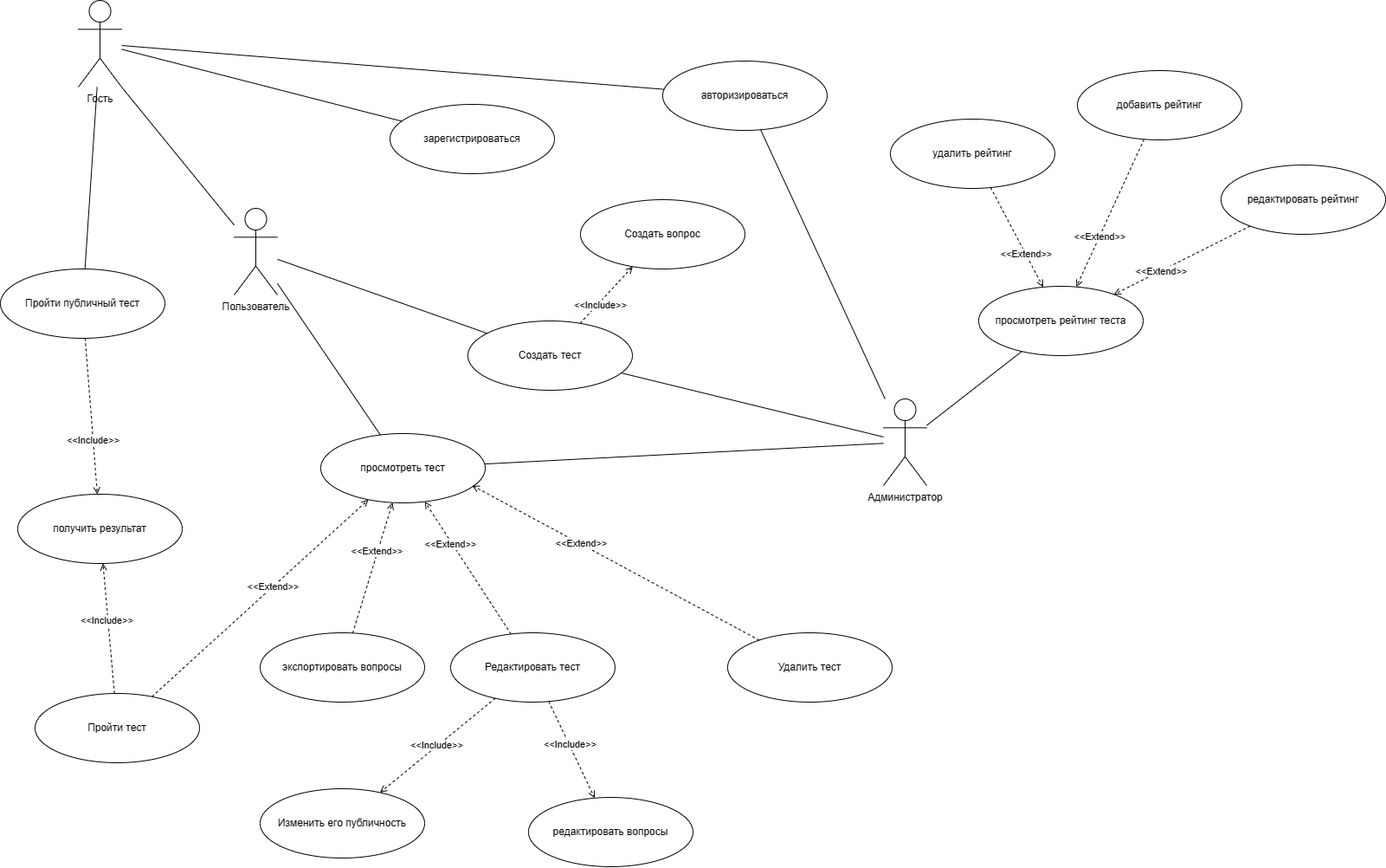
alrx31/ExamineConstructor keeps this draw.io diagram as Diagrams/use case.png. Above is the earlier version. Source tidied: cells renumbered, new cells last; positions are measured from the earlier drawing's top-left corner, leaving out a move shared by most shapes.
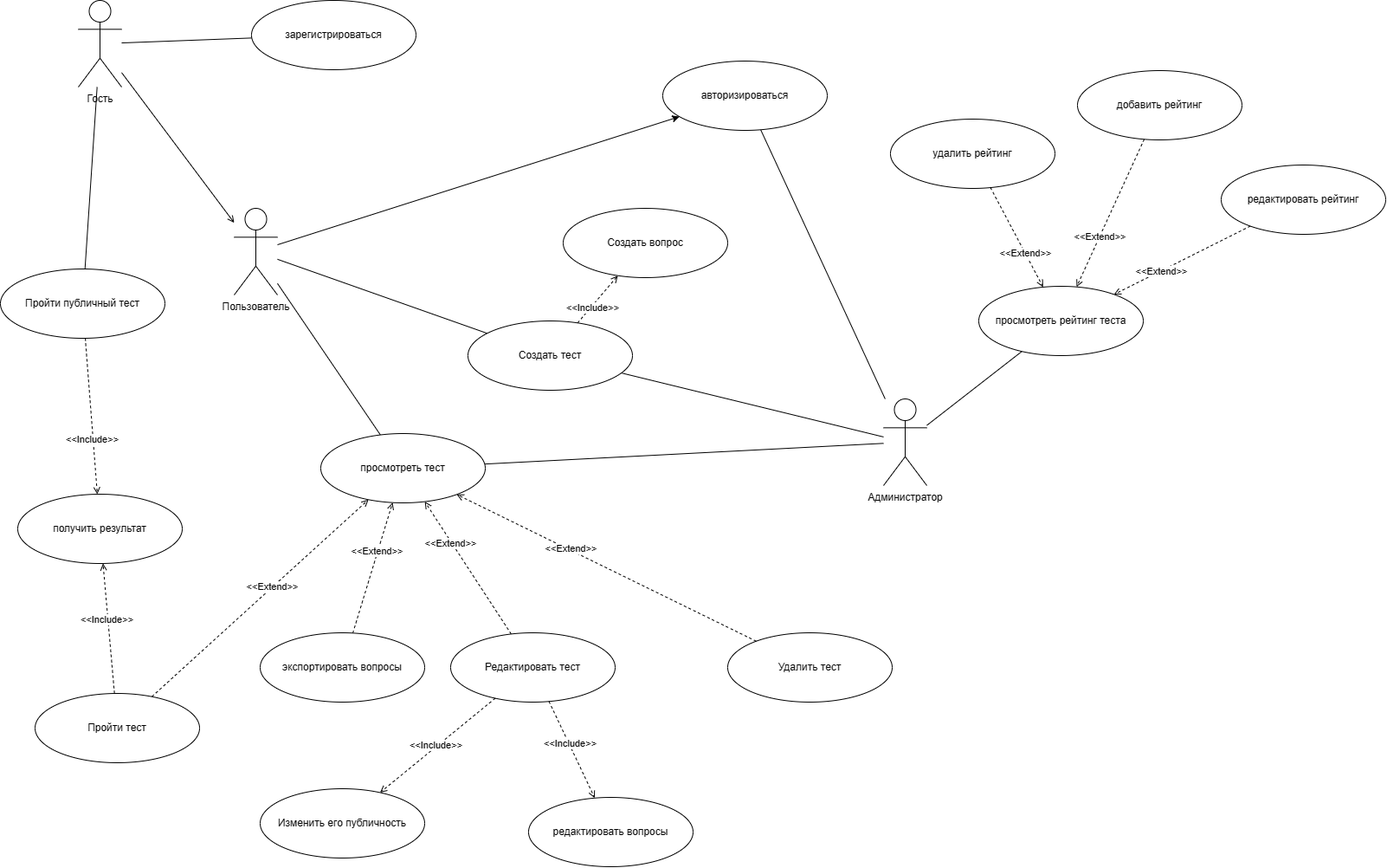
The same file after the commit.

Commit message:
fix diagrams and raport

Change to the diagram source:
```diff
@@ -5,10 +5,7 @@
     <mxCell id="2" style="rounded=0;jettySize=auto;html=1;endArrow=none;endFill=0;" parent="1" edge="1" source="5" target="18">
       <mxGeometry relative="1" as="geometry" />
     </mxCell>
-    <mxCell id="3" style="rounded=0;jettySize=auto;html=1;endArrow=none;endFill=0;" parent="1" edge="1" source="5" target="27">
-      <mxGeometry relative="1" as="geometry" />
-    </mxCell>
-    <mxCell id="4" style="rounded=0;jettySize=auto;html=1;exitX=1;exitY=1;exitDx=0;exitDy=0;exitPerimeter=0;endArrow=none;endFill=0;" parent="1" edge="1" source="5" target="9">
+    <mxCell id="4" style="rounded=0;jettySize=auto;html=1;endArrow=open;endFill=0;" parent="1" edge="1" source="5" target="9">
       <mxGeometry relative="1" as="geometry" />
     </mxCell>
     <mxCell id="5" value="Гость&lt;div&gt;&lt;br/&gt;&lt;/div&gt;" style="shape=umlActor;verticalLabelPosition=bottom;verticalAlign=top;html=1;outlineConnect=0;" parent="1" vertex="1">
@@ -23,6 +20,9 @@
     <mxCell id="8" style="rounded=0;jettySize=auto;html=1;endArrow=none;endFill=0;" parent="1" edge="1" source="9" target="34">
       <mxGeometry relative="1" as="geometry" />
     </mxCell>
+    <mxCell id="56" style="rounded=0;jettySize=auto;html=1;" parent="1" edge="1" source="9" target="27">
+      <mxGeometry relative="1" as="geometry" />
+    </mxCell>
     <mxCell id="9" value="Пользователь" style="shape=umlActor;verticalLabelPosition=bottom;verticalAlign=top;html=1;outlineConnect=0;" parent="1" vertex="1">
       <mxGeometry x="270" y="240" width="50" height="100" as="geometry" />
     </mxCell>
@@ -81,7 +81,7 @@
       <mxGeometry x="765" y="70" width="190" height="80" as="geometry" />
     </mxCell>
     <mxCell id="28" value="&lt;span style=&quot;text-wrap: nowrap;&quot;&gt;зарегистрироваться&lt;/span&gt;" style="ellipse;whiteSpace=wrap;html=1;" parent="1" vertex="1">
-      <mxGeometry x="450" y="120" width="190" height="80" as="geometry" />
+      <mxGeometry x="290" width="190" height="80" as="geometry" />
     </mxCell>
     <mxCell id="29" style="rounded=0;jettySize=auto;html=1;endArrow=open;endFill=0;dashed=1;" parent="1" edge="1" source="31" target="15">
       <mxGeometry relative="1" as="geometry" />
@@ -117,7 +117,7 @@
       <mxGeometry x="20" y="570" width="190" height="80" as="geometry" />
     </mxCell>
     <mxCell id="40" value="Создать вопрос" style="ellipse;whiteSpace=wrap;html=1;" parent="1" vertex="1">
-      <mxGeometry x="670" y="230" width="190" height="80" as="geometry" />
+      <mxGeometry x="650" y="240" width="190" height="80" as="geometry" />
     </mxCell>
     <mxCell id="41" style="rounded=0;jettySize=auto;html=1;endArrow=open;endFill=0;dashed=1;" parent="1" edge="1" source="31" target="43">
       <mxGeometry relative="1" as="geometry" />
@@ -140,7 +140,7 @@
     <mxCell id="47" value="Удалить тест" style="ellipse;whiteSpace=wrap;html=1;" parent="1" vertex="1">
       <mxGeometry x="840" y="730" width="190" height="80" as="geometry" />
     </mxCell>
-    <mxCell id="48" style="rounded=0;jettySize=auto;html=1;entryX=0.921;entryY=0.75;entryDx=0;entryDy=0;entryPerimeter=0;endArrow=open;endFill=0;dashed=1;" parent="1" edge="1" source="47" target="15">
+    <mxCell id="48" style="rounded=0;jettySize=auto;html=1;endArrow=open;endFill=0;dashed=1;" parent="1" edge="1" source="47" target="15">
       <mxGeometry relative="1" as="geometry" />
     </mxCell>
     <mxCell id="49" value="&amp;lt;&amp;lt;Extend&amp;gt;&amp;gt;" style="edgeLabel;html=1;align=center;verticalAlign=middle;" parent="48" vertex="1">
```
